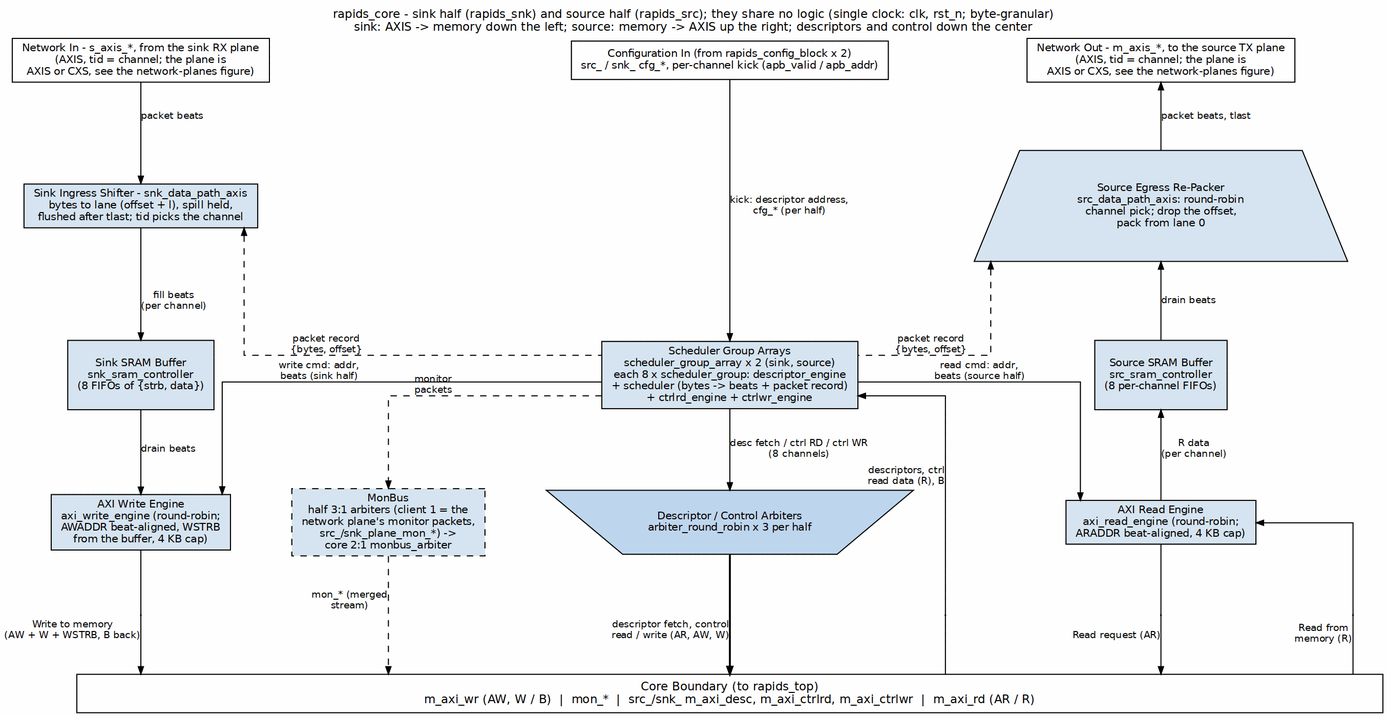
Earlier version of the Graphviz export projects/components/dma-ip/rapids/docs/rapids_mas/assets/graphviz/04_rapids_core.png (sean-galloway/RTLDesignSherpa). Its source is kept beside it as projects/components/dma-ip/rapids/docs/rapids_mas/assets/graphviz/04_rapids_core.dot.
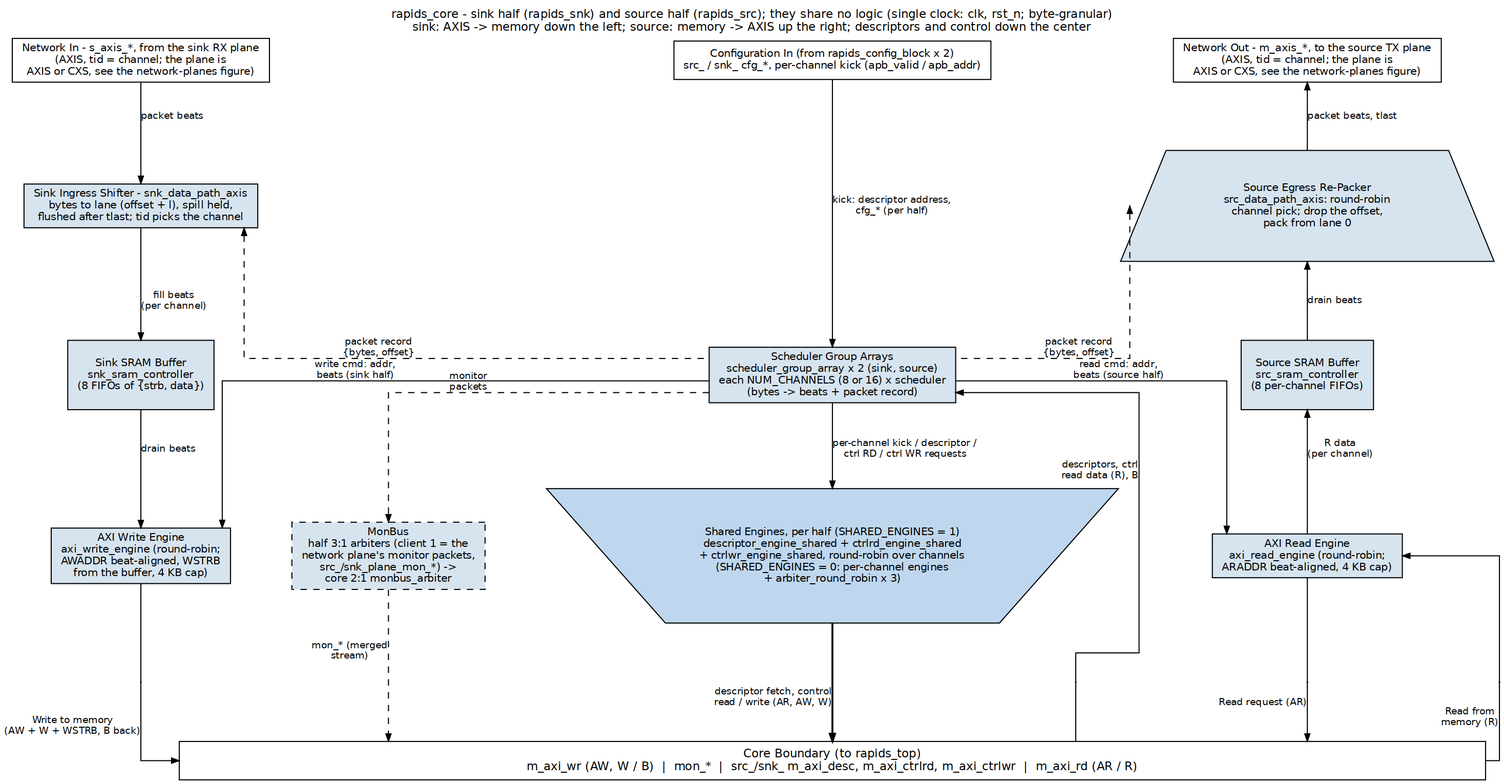
Above is the later version.

Diff of the diagram source:
```diff
@@ -20,12 +20,12 @@
              shape=polygon, sides=4, distortion=-0.2, width=3.6, group=R];
 
     snk_sram [label="Sink SRAM Buffer\nsnk_sram_controller\n(8 FIFOs of {strb, data})", height=0.9, group=L];
-    sga      [label="Scheduler Group Arrays\nscheduler_group_array x 2 (sink, source)\neach 8 x scheduler_group: descriptor_engine\n+ scheduler (bytes -> beats + packet record)\n+ ctrlrd_engine + ctrlwr_engine", group=C];
+    sga      [label="Scheduler Group Arrays\nscheduler_group_array x 2 (sink, source)\neach NUM_CHANNELS (8 or 16) x scheduler\n(bytes -> beats + packet record)", group=C];
     src_sram [label="Source SRAM Buffer\nsrc_sram_controller\n(8 per-channel FIFOs)", height=0.9, group=R];
 
     wr_eng [label="AXI Write Engine\naxi_write_engine (round-robin;\nAWADDR beat-aligned, WSTRB\nfrom the buffer, 4 KB cap)", group=L];
-    arb    [label="Descriptor / Control Arbiters\narbiter_round_robin x 3 per half",
-            shape=invtrapezium, width=4.2, fillcolor="#BFD7EE", group=C];
+    arb    [label="Shared Engines, per half (SHARED_ENGINES = 1)\ndescriptor_engine_shared + ctrlrd_engine_shared\n+ ctrlwr_engine_shared, round-robin over channels\n(SHARED_ENGINES = 0: per-channel engines\n+ arbiter_round_robin x 3)",
+            shape=invtrapezium, width=5.2, fillcolor="#BFD7EE", group=C];
     mon    [label="MonBus
 half 3:1 arbiters (client 1 = the
 network plane's monitor packets,
@@ -41,7 +41,7 @@
     snk_sram -> wr_eng   [label="drain beats"];
 
     s_apb -> sga  [label="kick: descriptor address,\ncfg_* (per half)"];
-    sga   -> arb  [label="desc fetch / ctrl RD / ctrl WR\n(8 channels)"];
+    sga   -> arb  [label="per-channel kick / descriptor /\nctrl RD / ctrl WR requests"];
     sga   -> wr_eng [xlabel="write cmd: addr,\nbeats (sink half)"];
     sga   -> rd_eng [xlabel="read cmd: addr,\nbeats (source half)"];
     ingress -> sga  [dir=back, style=dashed, xlabel="packet record\n{bytes, offset}"];
```
